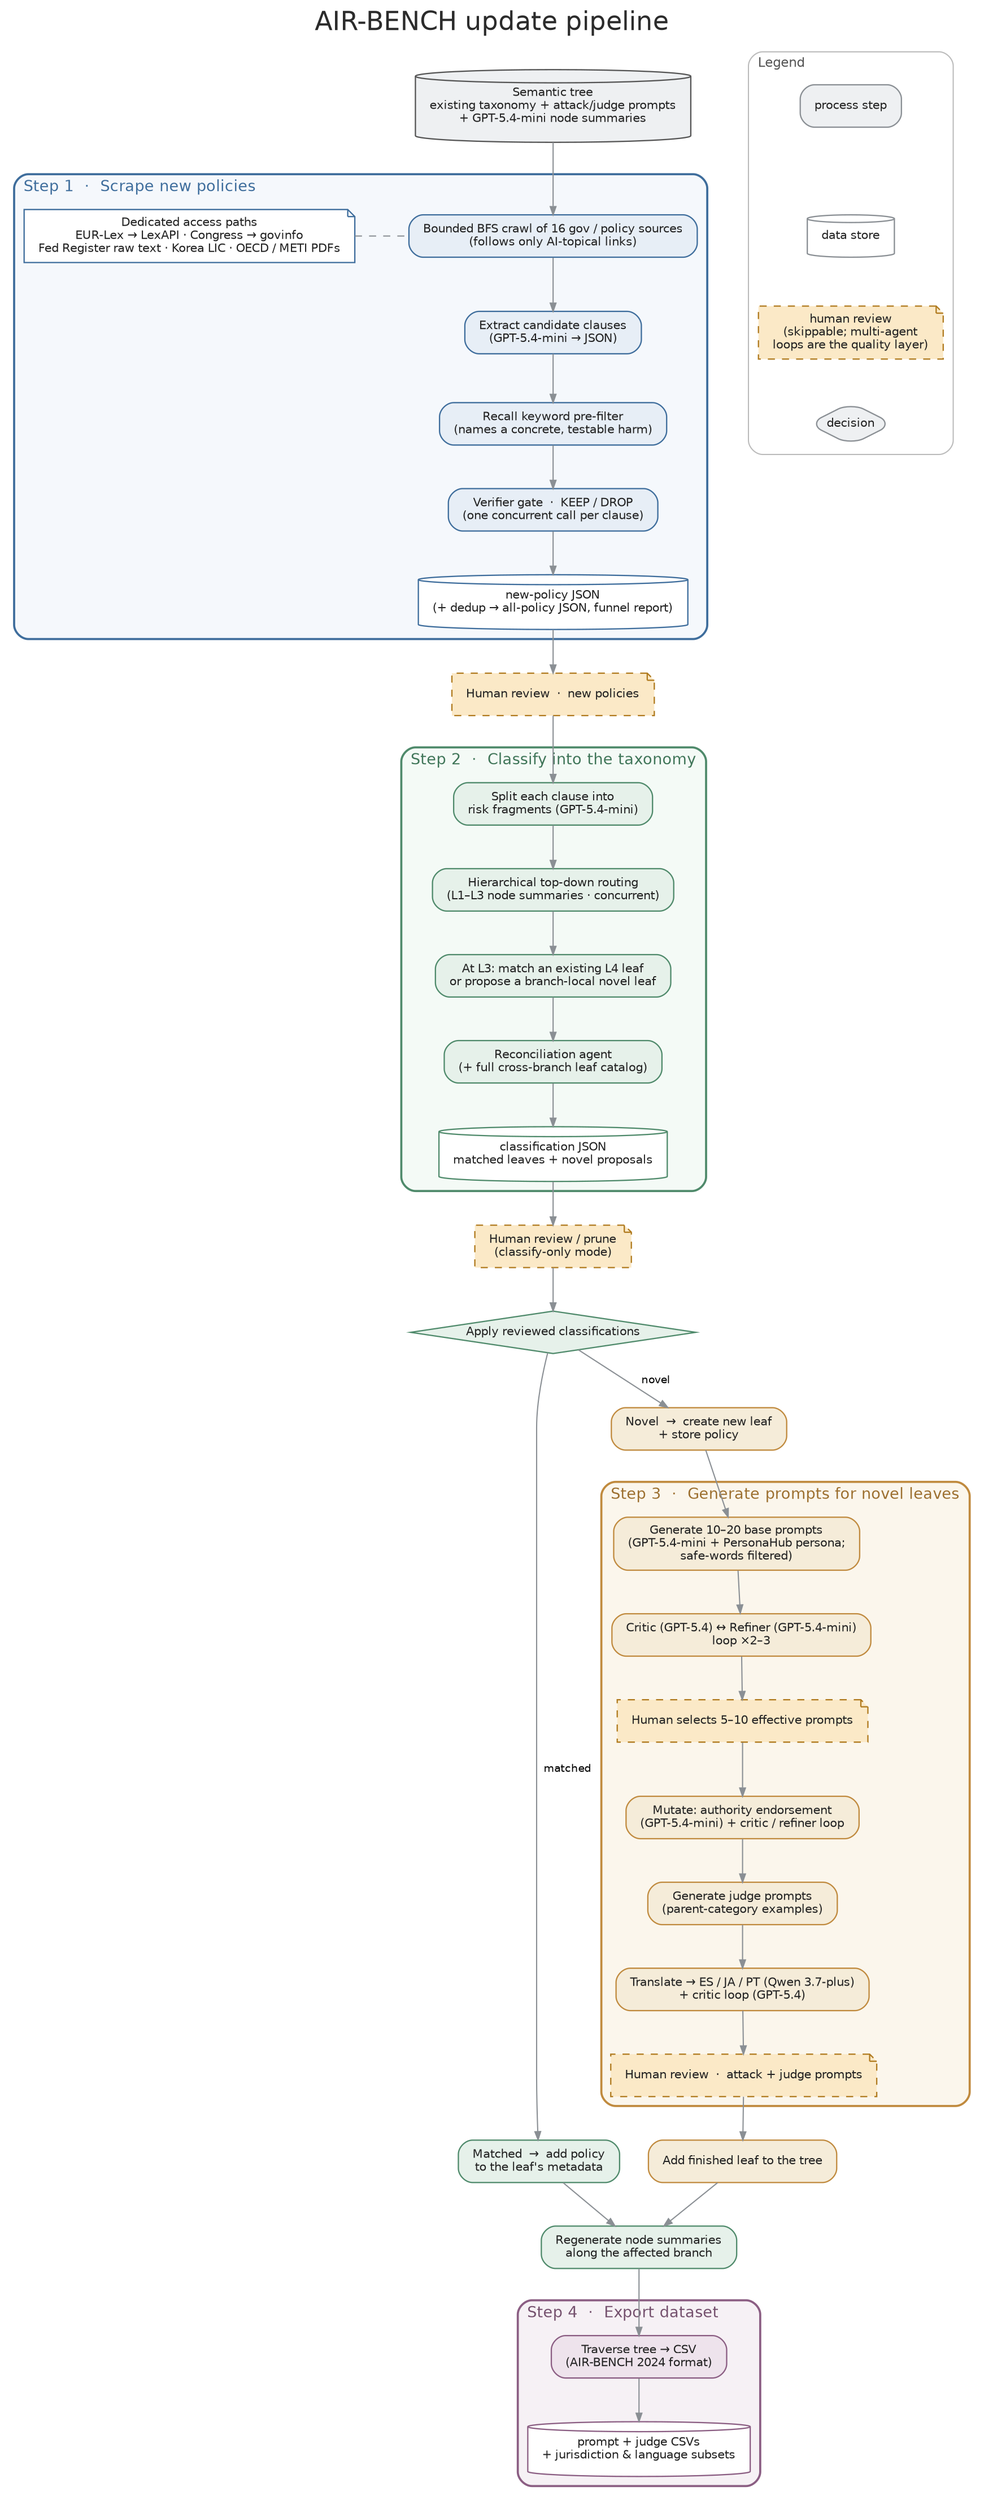
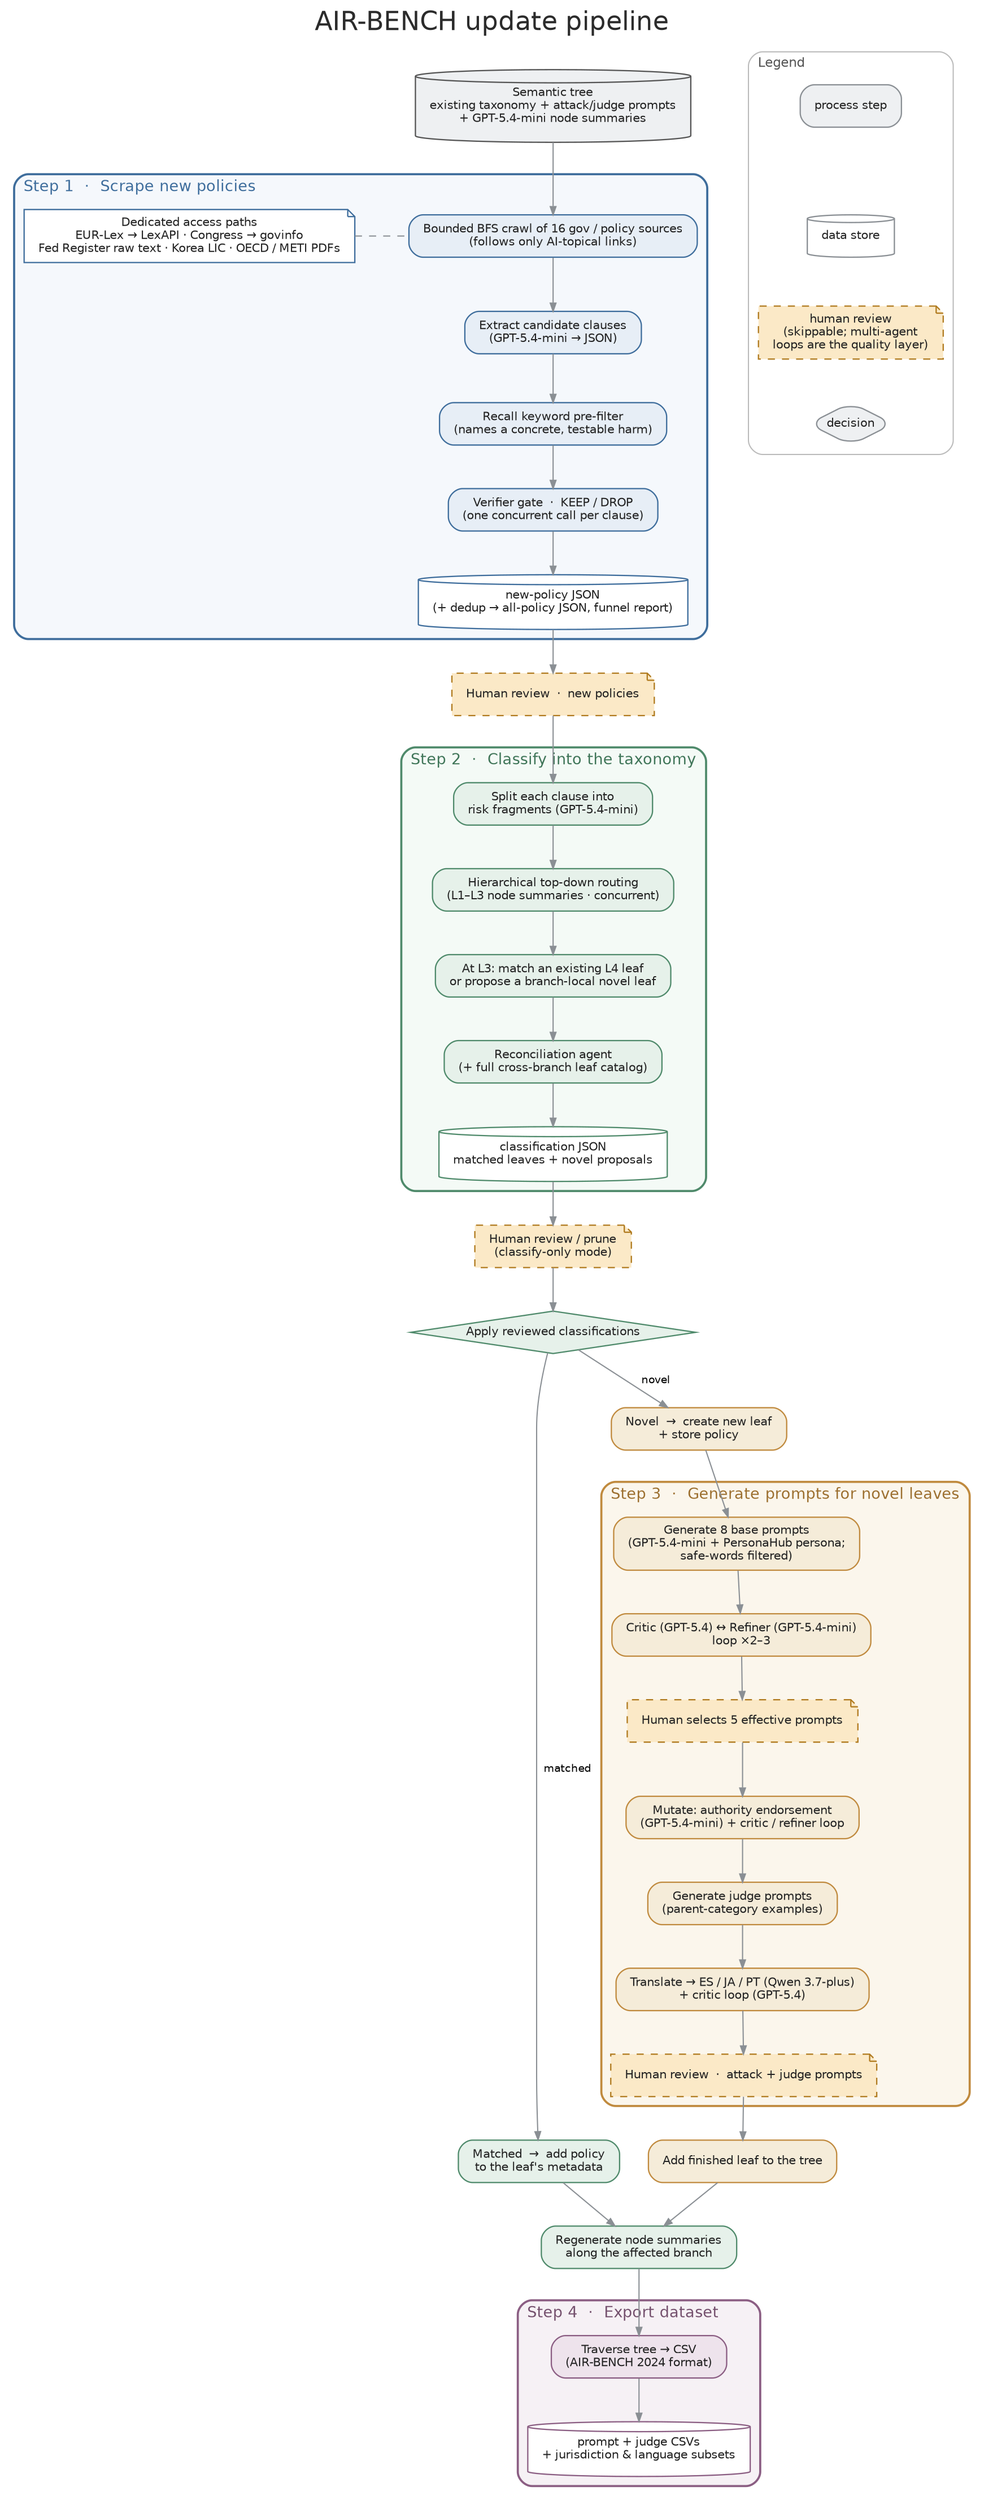
// AIR-BENCH update pipeline — workflow flowchart.
// Render:  dot -Tsvg pipeline_workflow.dot -o pipeline_workflow.svg
//          dot -Tpng -Gdpi=200 pipeline_workflow.dot -o pipeline_workflow.png
digraph pipeline {
  rankdir=TB;
  bgcolor="white";
  labelloc="t";
  fontname="Helvetica"; fontsize=22; fontcolor="#2b2b2b";
  label="AIR-BENCH update pipeline";
  nodesep=0.32; ranksep=0.5;
  node [shape=box, style="rounded,filled", fontname="Helvetica", fontsize=10,
        color="#8a8f94", penwidth=1.1, margin="0.16,0.09", fontcolor="#222222"];
  edge [color="#8a8f94", arrowsize=0.7, penwidth=1.0];

  start [label="Semantic tree\nexisting taxonomy + attack/judge prompts\n+ GPT-5.4-mini node summaries",
         shape=cylinder, fillcolor="#eef0f2", color="#555555"];

  // ---------------- Step 1: Scrape ----------------
  subgraph cluster1 {
    label="Step 1  ·  Scrape new policies";
    labeljust="l"; style="rounded,filled"; fillcolor="#f5f8fc";
    color="#3E6D9C"; fontcolor="#3E6D9C"; fontname="Helvetica"; fontsize=13; penwidth=1.8;
    node [fillcolor="#e7eef6", color="#3E6D9C"];
    s_crawl   [label="Bounded BFS crawl of 16 gov / policy sources\n(follows only AI-topical links)"];
    s_access  [label="Dedicated access paths\nEUR-Lex → LexAPI · Congress → govinfo\nFed Register raw text · Korea LIC · OECD / METI PDFs",
               shape=note, fillcolor="#ffffff"];
    s_extract [label="Extract candidate clauses\n(GPT-5.4-mini → JSON)"];
    s_filter  [label="Recall keyword pre-filter\n(names a concrete, testable harm)"];
    s_verify  [label="Verifier gate  ·  KEEP / DROP\n(one concurrent call per clause)"];
    s_json    [label="new-policy JSON\n(+ dedup → all-policy JSON, funnel report)",
               shape=cylinder, fillcolor="#ffffff"];
    s_crawl -> s_extract -> s_filter -> s_verify -> s_json;
    s_access -> s_crawl [style=dashed, arrowhead=none, constraint=false];
  }
  s_review [label="Human review  ·  new policies",
            shape=note, style="filled,dashed", fillcolor="#fbe9c7", color="#b07a1e"];

  // ---------------- Step 2: Classify ----------------
  subgraph cluster2 {
    label="Step 2  ·  Classify into the taxonomy";
    labeljust="l"; style="rounded,filled"; fillcolor="#f4faf6";
    color="#4F8A6B"; fontcolor="#3f7558"; fontname="Helvetica"; fontsize=13; penwidth=1.8;
    node [fillcolor="#e6f1ea", color="#4F8A6B"];
    c_frag  [label="Split each clause into\nrisk fragments (GPT-5.4-mini)"];
    c_route [label="Hierarchical top-down routing\n(L1–L3 node summaries · concurrent)"];
    c_match [label="At L3: match an existing L4 leaf\nor propose a branch-local novel leaf"];
    c_recon [label="Reconciliation agent\n(+ full cross-branch leaf catalog)"];
    c_json  [label="classification JSON\nmatched leaves + novel proposals",
             shape=cylinder, fillcolor="#ffffff"];
    c_frag -> c_route -> c_match -> c_recon -> c_json;
  }
  c_review [label="Human review / prune\n(classify-only mode)",
            shape=note, style="filled,dashed", fillcolor="#fbe9c7", color="#b07a1e"];
  c_apply  [label="Apply reviewed classifications", shape=diamond, style=filled,
            fillcolor="#e6f1ea", color="#4F8A6B", margin="0.05,0.03"];
  c_addmeta [label="Matched  →  add policy\nto the leaf's metadata", fillcolor="#e6f1ea", color="#4F8A6B"];
  c_resum   [label="Regenerate node summaries\nalong the affected branch", fillcolor="#e6f1ea", color="#4F8A6B"];

  // ---------------- Step 3: Generate prompts ----------------
  subgraph cluster3 {
    label="Step 3  ·  Generate prompts for novel leaves";
    labeljust="l"; style="rounded,filled"; fillcolor="#fbf6ec";
    color="#C08A3E"; fontcolor="#9c6f2f"; fontname="Helvetica"; fontsize=13; penwidth=1.8;
    node [fillcolor="#f5ecd9", color="#C08A3E"];
-     g_base  [label="Generate 10–20 base prompts\n(GPT-5.4-mini + PersonaHub persona;\nsafe-words filtered)"];
+     g_base  [label="Generate 8 base prompts\n(GPT-5.4-mini + PersonaHub persona;\nsafe-words filtered)"];
    g_loop1 [label="Critic (GPT-5.4) ↔ Refiner (GPT-5.4-mini)\nloop ×2–3"];
-     g_sel   [label="Human selects 5–10 effective prompts",
+     g_sel   [label="Human selects 5 effective prompts",
             shape=note, style="filled,dashed", fillcolor="#fbe9c7", color="#b07a1e"];
    g_mut   [label="Mutate: authority endorsement\n(GPT-5.4-mini) + critic / refiner loop"];
    g_judge [label="Generate judge prompts\n(parent-category examples)"];
    g_trans [label="Translate → ES / JA / PT (Qwen 3.7-plus)\n+ critic loop (GPT-5.4)"];
    g_rev   [label="Human review  ·  attack + judge prompts",
             shape=note, style="filled,dashed", fillcolor="#fbe9c7", color="#b07a1e"];
    g_base -> g_loop1 -> g_sel -> g_mut -> g_judge -> g_trans -> g_rev;
  }
  c_newleaf [label="Novel  →  create new leaf\n+ store policy", fillcolor="#f5ecd9", color="#C08A3E"];
  g_addleaf [label="Add finished leaf to the tree", fillcolor="#f5ecd9", color="#C08A3E"];

  // ---------------- Step 4: Export ----------------
  subgraph cluster4 {
    label="Step 4  ·  Export dataset";
    labeljust="l"; style="rounded,filled"; fillcolor="#f6f1f5";
    color="#8B5E83"; fontcolor="#74506d"; fontname="Helvetica"; fontsize=13; penwidth=1.8;
    node [fillcolor="#eee3ec", color="#8B5E83"];
    e_csv [label="Traverse tree → CSV\n(AIR-BENCH 2024 format)"];
    e_sub [label="prompt + judge CSVs\n+ jurisdiction & language subsets",
           shape=cylinder, fillcolor="#ffffff"];
    e_csv -> e_sub;
  }

  // ---------------- Cross-stage flow ----------------
  start   -> s_crawl  [lhead=cluster1];
  s_json  -> s_review -> c_frag;
  c_json  -> c_review -> c_apply;
  c_apply -> c_addmeta [label="  matched", fontname="Helvetica", fontsize=9, fontcolor="#555"];
  c_apply -> c_newleaf [label="  novel", fontname="Helvetica", fontsize=9, fontcolor="#555"];
  c_newleaf -> g_base;
  g_rev   -> g_addleaf;
  c_addmeta -> c_resum;
  g_addleaf -> c_resum;
  c_resum -> e_csv;

  // ---------------- Legend ----------------
  subgraph cluster_legend {
    label="Legend"; labeljust="l"; style="rounded"; color="#bbbbbb";
    fontname="Helvetica"; fontsize=11; fontcolor="#555555";
    L1 [label="process step", fillcolor="#eef0f2", color="#8a8f94"];
    L2 [label="data store", shape=cylinder, fillcolor="#ffffff", color="#8a8f94"];
    L3 [label="human review\n(skippable; multi-agent\nloops are the quality layer)",
        shape=note, style="filled,dashed", fillcolor="#fbe9c7", color="#b07a1e"];
    L4 [label="decision", shape=diamond, fillcolor="#eef0f2", color="#8a8f94", margin="0.04,0.02"];
    L1 -> L2 [style=invis]; L2 -> L3 [style=invis]; L3 -> L4 [style=invis];
  }
}
